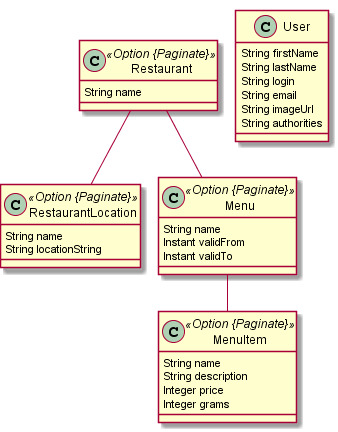
Before: jdl/restaurant.png, a diagram exported from PlantUML (borislav-rangelov/lunchy). Its diagram source:
```plantuml
@startuml
	!pragma graphviz_dot jdot
	!pragma syntax class
	class Restaurant <<Option {Paginate}>> {
		String name
	}
	class RestaurantLocation <<Option {Paginate}>> {
		String name
		String locationString
	}
	class Menu <<Option {Paginate}>> {
		String name
		Instant validFrom
		Instant validTo
	}
	class MenuItem <<Option {Paginate}>> {
		String name
		String description
		Integer price
		Integer grams
	}
	Restaurant  "0..1 " --o "restaurant  1..* "  RestaurantLocation
	Restaurant  "0..1 " --o "restaurant  1..* "  Menu
	Menu  "0..1 " --o "menu  1..* "  MenuItem
	class User  {
		String firstName
		String lastName
		String login
		String email
		String imageUrl
		String authorities
	}
@enduml
```
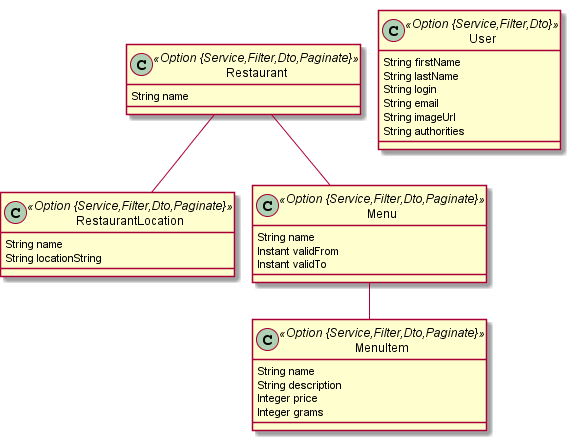
The same file after the commit.

What changed in the source:
```diff
@@ -1,19 +1,19 @@
 @startuml
 	!pragma graphviz_dot jdot
 	!pragma syntax class
-	class Restaurant <<Option {Paginate}>> {
+	class Restaurant <<Option {Service,Filter,Dto,Paginate}>> {
 		String name
 	}
-	class RestaurantLocation <<Option {Paginate}>> {
+	class RestaurantLocation <<Option {Service,Filter,Dto,Paginate}>> {
 		String name
 		String locationString
 	}
-	class Menu <<Option {Paginate}>> {
+	class Menu <<Option {Service,Filter,Dto,Paginate}>> {
 		String name
 		Instant validFrom
 		Instant validTo
 	}
-	class MenuItem <<Option {Paginate}>> {
+	class MenuItem <<Option {Service,Filter,Dto,Paginate}>> {
 		String name
 		String description
 		Integer price
@@ -22,7 +22,7 @@
 	Restaurant  "0..1 " --o "restaurant  1..* "  RestaurantLocation
 	Restaurant  "0..1 " --o "restaurant  1..* "  Menu
 	Menu  "0..1 " --o "menu  1..* "  MenuItem
-	class User  {
+	class User <<Option {Service,Filter,Dto}>> {
 		String firstName
 		String lastName
 		String login
```
